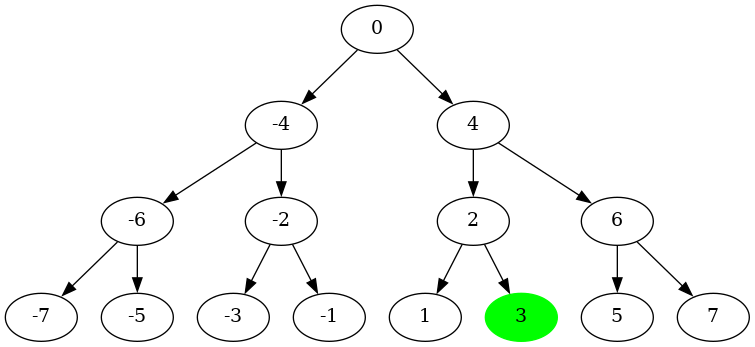
Above: algorithm_visualizer/src/save/tmp/tree.png in Les-Alchimistes-Labs/AlgorithmVisualizer (Graphviz), before the change. Its source is kept beside it as algorithm_visualizer/src/save/tmp/tree.dot.
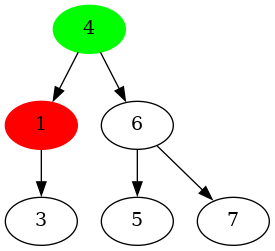
Later version of the same file.

Diff of the diagram source:
```diff
@@ -1,31 +1,13 @@
 digraph tree {
-n0 [label="0"]
-n_4 [label="-4"]
-n_6 [label="-6"]
-n_7 [label="-7"]
-n_5 [label="-5"]
-n_2 [label="-2"]
-n_3 [label="-3"]
-n_1 [label="-1"]
-n4 [label="4"]
-n2 [label="2"]
-n1 [label="1"]
-n3 [label="3", style = filled , color = green]
+n4 [label="4", style = filled , color = green]
+n1 [label="1", style = filled , color = red]
+n3 [label="3"]
 n6 [label="6"]
 n5 [label="5"]
 n7 [label="7"]
-n0->n_4
-n0->n4
-n_4->n_6
-n_4->n_2
-n4->n2
+n4->n1
 n4->n6
-n_6->n_7
-n_6->n_5
-n_2->n_3
-n_2->n_1
-n2->n1
-n2->n3
+n1->n3
 n6->n5
 n6->n7
 }
```
